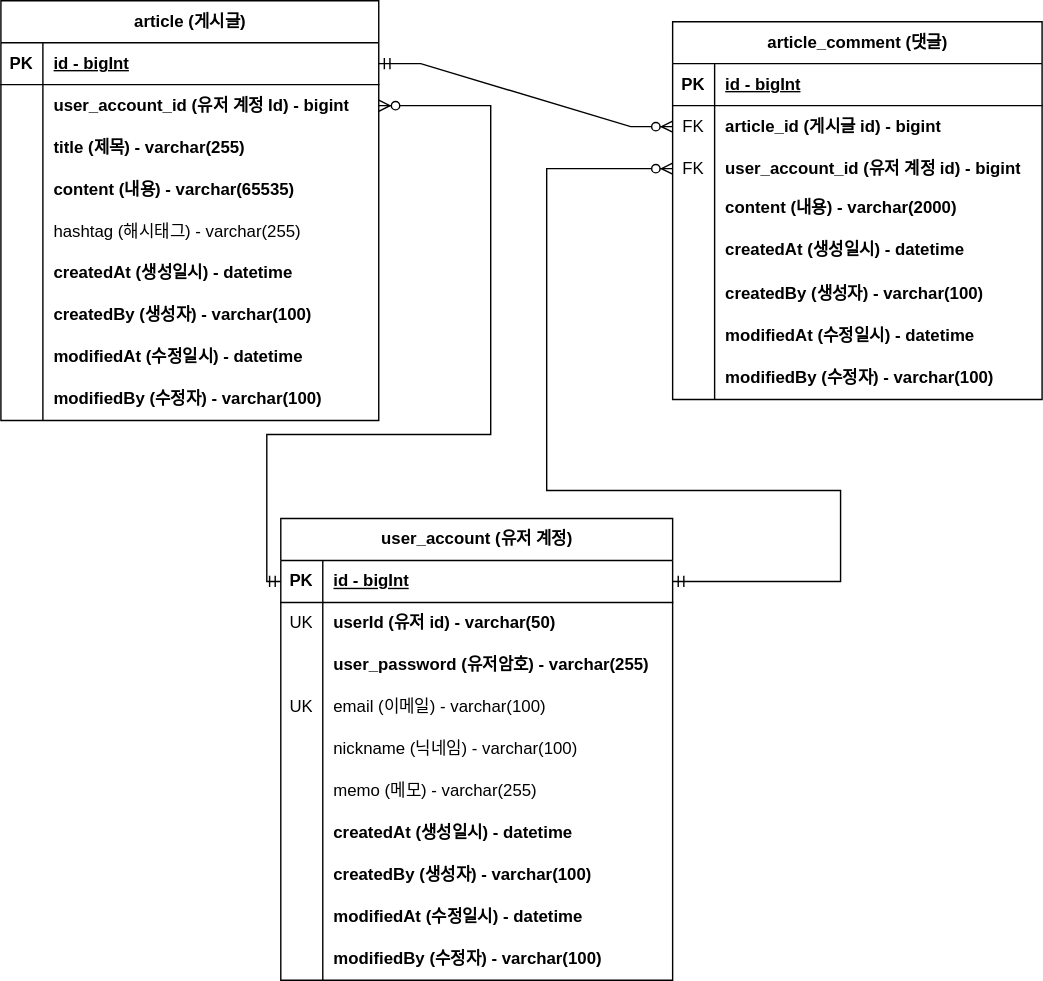
The draw.io diagram doucment/project-board-erd.svg in ldj4245/project-board, before a commit. Source tidied: cells renumbered, new cells last; positions are measured from the earlier drawing's top-left corner, leaving out a move shared by most shapes.
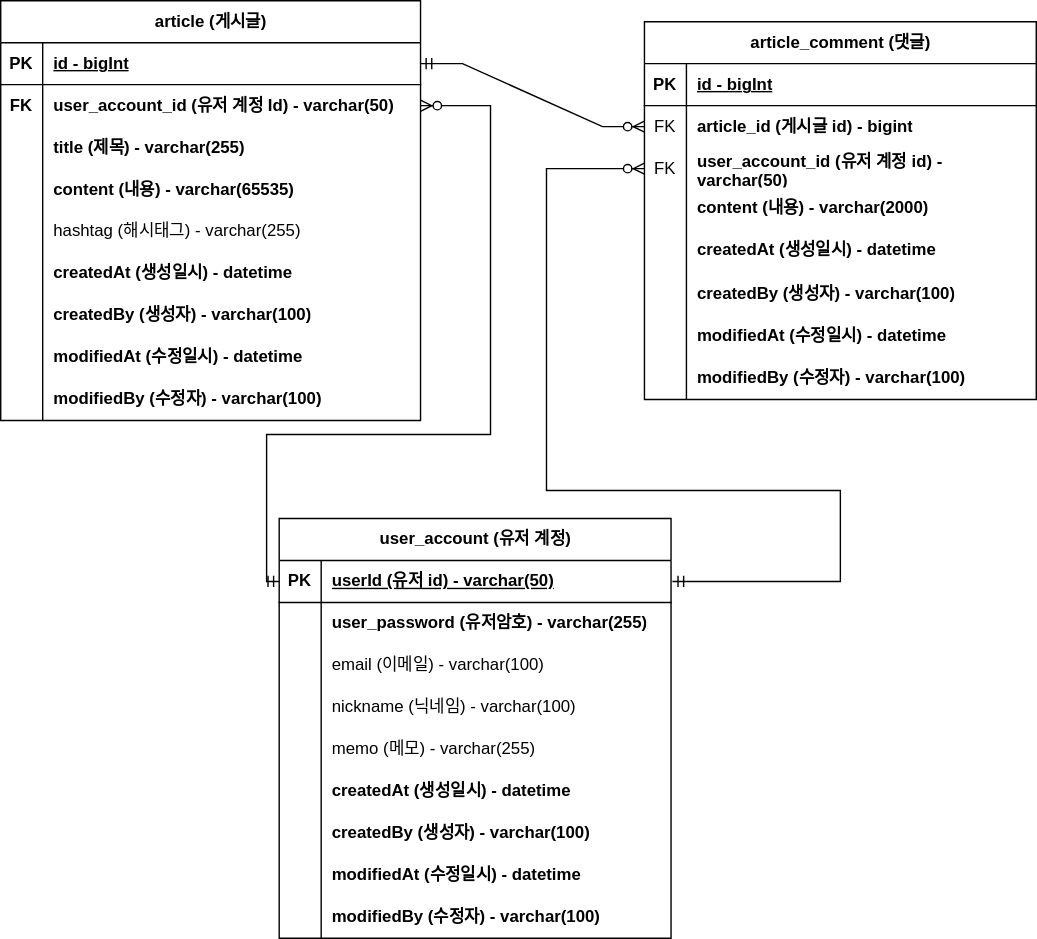
Later version of the same file.

Commit message:
#35 - ERD 문서 수정:회원 계정 user_id를 PK로 변경

회원 계정 기존 `id` 를 삭제하고 `user_id`를 pk로 변경하는
그림 적용

The edit, as a diff of the source:
```diff
@@ -5,6 +5,6 @@
     <mxCell id="2" value="article (게시글)" style="shape=table;startSize=30;rowLines=0;fontStyle=1;align=center;html=1;" parent="1" vertex="1">
-      <mxGeometry width="270" height="300" as="geometry" />
+      <mxGeometry width="300" height="300" as="geometry" />
     </mxCell>
     <mxCell id="3" style="shape=tableRow;horizontal=0;startSize=0;swimlaneHead=0;swimlaneBody=0;fillColor=none;points=[[0,0.5],[1,0.5]];portConstraint=eastwest;top=0;left=0;right=0;bottom=1;" parent="2" vertex="1">
-      <mxGeometry y="30" width="270" height="30" as="geometry" />
+      <mxGeometry y="30" width="300" height="30" as="geometry" />
     </mxCell>
@@ -14,15 +14,15 @@
     <mxCell id="5" value="id - bigInt" style="shape=partialRectangle;fillColor=none;top=0;left=0;bottom=0;right=0;align=left;spacingLeft=6;fontStyle=5;overflow=hidden;whiteSpace=wrap;html=1;" parent="3" vertex="1">
-      <mxGeometry x="30" width="240" height="30" as="geometry" />
+      <mxGeometry x="30" width="270" height="30" as="geometry" />
     </mxCell>
     <mxCell id="6" style="shape=tableRow;horizontal=0;startSize=0;swimlaneHead=0;swimlaneBody=0;fillColor=none;points=[[0,0.5],[1,0.5]];portConstraint=eastwest;top=0;left=0;right=0;bottom=0;" parent="2" vertex="1">
-      <mxGeometry y="60" width="270" height="30" as="geometry" />
+      <mxGeometry y="60" width="300" height="30" as="geometry" />
     </mxCell>
-    <mxCell id="7" style="shape=partialRectangle;fillColor=none;top=0;left=0;bottom=0;right=0;overflow=hidden;whiteSpace=wrap;html=1;" parent="6" vertex="1">
+    <mxCell id="7" value="FK" style="shape=partialRectangle;fillColor=none;top=0;left=0;bottom=0;right=0;overflow=hidden;whiteSpace=wrap;html=1;fontStyle=1;" parent="6" vertex="1">
       <mxGeometry width="30" height="30" as="geometry" />
     </mxCell>
-    <mxCell id="8" value="user_account_id (유저 계정 Id) - bigint" style="shape=partialRectangle;fillColor=none;top=0;left=0;bottom=0;right=0;align=left;spacingLeft=6;overflow=hidden;whiteSpace=wrap;html=1;fontStyle=1;" parent="6" vertex="1">
-      <mxGeometry x="30" width="240" height="30" as="geometry" />
+    <mxCell id="8" value="user_account_id (유저 계정 Id) - varchar(50)" style="shape=partialRectangle;fillColor=none;top=0;left=0;bottom=0;right=0;align=left;spacingLeft=6;overflow=hidden;whiteSpace=wrap;html=1;fontStyle=1;" parent="6" vertex="1">
+      <mxGeometry x="30" width="270" height="30" as="geometry" />
     </mxCell>
     <mxCell id="9" style="shape=tableRow;horizontal=0;startSize=0;swimlaneHead=0;swimlaneBody=0;fillColor=none;top=0;left=0;right=0;bottom=0;" parent="2" vertex="1">
-      <mxGeometry y="90" width="270" height="30" as="geometry" />
+      <mxGeometry y="90" width="300" height="30" as="geometry" />
     </mxCell>
@@ -32,6 +32,6 @@
     <mxCell id="11" value="title (제목) - varchar(255)" style="shape=partialRectangle;fillColor=none;top=0;left=0;bottom=0;right=0;align=left;spacingLeft=6;overflow=hidden;whiteSpace=wrap;html=1;fontStyle=1;" parent="9" vertex="1">
-      <mxGeometry x="30" width="240" height="30" as="geometry" />
+      <mxGeometry x="30" width="270" height="30" as="geometry" />
     </mxCell>
     <mxCell id="12" style="shape=tableRow;horizontal=0;startSize=0;swimlaneHead=0;swimlaneBody=0;fillColor=none;top=0;left=0;right=0;bottom=0;" parent="2" vertex="1">
-      <mxGeometry y="120" width="270" height="30" as="geometry" />
+      <mxGeometry y="120" width="300" height="30" as="geometry" />
     </mxCell>
@@ -41,6 +41,6 @@
     <mxCell id="14" value="content (내용) - varchar(65535)" style="shape=partialRectangle;fillColor=none;top=0;left=0;bottom=0;right=0;align=left;spacingLeft=6;overflow=hidden;whiteSpace=wrap;html=1;fontStyle=1;" parent="12" vertex="1">
-      <mxGeometry x="30" width="240" height="30" as="geometry" />
+      <mxGeometry x="30" width="270" height="30" as="geometry" />
     </mxCell>
     <mxCell id="15" style="shape=tableRow;horizontal=0;startSize=0;swimlaneHead=0;swimlaneBody=0;fillColor=none;top=0;left=0;right=0;bottom=0;" parent="2" vertex="1">
-      <mxGeometry y="150" width="270" height="30" as="geometry" />
+      <mxGeometry y="150" width="300" height="30" as="geometry" />
     </mxCell>
@@ -50,6 +50,6 @@
     <mxCell id="17" value="hashtag (해시태그) - varchar(255)" style="shape=partialRectangle;fillColor=none;top=0;left=0;bottom=0;right=0;align=left;spacingLeft=6;overflow=hidden;whiteSpace=wrap;html=1;" parent="15" vertex="1">
-      <mxGeometry x="30" width="240" height="30" as="geometry" />
+      <mxGeometry x="30" width="270" height="30" as="geometry" />
     </mxCell>
     <mxCell id="18" style="shape=tableRow;horizontal=0;startSize=0;swimlaneHead=0;swimlaneBody=0;fillColor=none;top=0;left=0;right=0;bottom=0;" parent="2" vertex="1">
-      <mxGeometry y="180" width="270" height="30" as="geometry" />
+      <mxGeometry y="180" width="300" height="30" as="geometry" />
     </mxCell>
@@ -59,6 +59,6 @@
     <mxCell id="20" value="createdAt (생성일시) - datetime" style="shape=partialRectangle;fillColor=none;top=0;left=0;bottom=0;right=0;align=left;spacingLeft=6;overflow=hidden;whiteSpace=wrap;html=1;fontStyle=1;" parent="18" vertex="1">
-      <mxGeometry x="30" width="240" height="30" as="geometry" />
+      <mxGeometry x="30" width="270" height="30" as="geometry" />
     </mxCell>
     <mxCell id="21" style="shape=tableRow;horizontal=0;startSize=0;swimlaneHead=0;swimlaneBody=0;fillColor=none;top=0;left=0;right=0;bottom=0;" parent="2" vertex="1">
-      <mxGeometry y="210" width="270" height="30" as="geometry" />
+      <mxGeometry y="210" width="300" height="30" as="geometry" />
     </mxCell>
@@ -68,6 +68,6 @@
     <mxCell id="23" value="createdBy (생성자) - varchar(100)" style="shape=partialRectangle;fillColor=none;top=0;left=0;bottom=0;right=0;align=left;spacingLeft=6;overflow=hidden;whiteSpace=wrap;html=1;fontStyle=1;" parent="21" vertex="1">
-      <mxGeometry x="30" width="240" height="30" as="geometry" />
+      <mxGeometry x="30" width="270" height="30" as="geometry" />
     </mxCell>
     <mxCell id="24" style="shape=tableRow;horizontal=0;startSize=0;swimlaneHead=0;swimlaneBody=0;fillColor=none;top=0;left=0;right=0;bottom=0;" parent="2" vertex="1">
-      <mxGeometry y="240" width="270" height="30" as="geometry" />
+      <mxGeometry y="240" width="300" height="30" as="geometry" />
     </mxCell>
@@ -77,6 +77,6 @@
     <mxCell id="26" value="modifiedAt (수정일시) - datetime" style="shape=partialRectangle;fillColor=none;top=0;left=0;bottom=0;right=0;align=left;spacingLeft=6;overflow=hidden;whiteSpace=wrap;html=1;fontStyle=1;" parent="24" vertex="1">
-      <mxGeometry x="30" width="240" height="30" as="geometry" />
+      <mxGeometry x="30" width="270" height="30" as="geometry" />
     </mxCell>
     <mxCell id="27" style="shape=tableRow;horizontal=0;startSize=0;swimlaneHead=0;swimlaneBody=0;fillColor=none;top=0;left=0;right=0;bottom=0;" parent="2" vertex="1">
-      <mxGeometry y="270" width="270" height="30" as="geometry" />
+      <mxGeometry y="270" width="300" height="30" as="geometry" />
     </mxCell>
@@ -86,9 +86,9 @@
     <mxCell id="29" value="modifiedBy (수정자) - varchar(100)" style="shape=partialRectangle;fillColor=none;top=0;left=0;bottom=0;right=0;align=left;spacingLeft=6;overflow=hidden;whiteSpace=wrap;html=1;fontStyle=1;" parent="27" vertex="1">
-      <mxGeometry x="30" width="240" height="30" as="geometry" />
+      <mxGeometry x="30" width="270" height="30" as="geometry" />
     </mxCell>
     <mxCell id="30" value="article_comment (댓글)" style="shape=table;startSize=30;rowLines=0;fontStyle=1;align=center;html=1;" parent="1" vertex="1">
-      <mxGeometry x="480" y="15" width="264" height="270" as="geometry" />
+      <mxGeometry x="460" y="15" width="280" height="270" as="geometry" />
     </mxCell>
     <mxCell id="31" style="shape=tableRow;horizontal=0;startSize=0;swimlaneHead=0;swimlaneBody=0;fillColor=none;top=0;left=0;right=0;bottom=1;" parent="30" vertex="1">
-      <mxGeometry y="30" width="264" height="30" as="geometry" />
+      <mxGeometry y="30" width="280" height="30" as="geometry" />
     </mxCell>
@@ -98,6 +98,6 @@
     <mxCell id="33" value="id - bigInt" style="shape=partialRectangle;fillColor=none;top=0;left=0;bottom=0;right=0;align=left;spacingLeft=6;fontStyle=5;overflow=hidden;whiteSpace=wrap;html=1;" parent="31" vertex="1">
-      <mxGeometry x="30" width="234" height="30" as="geometry" />
+      <mxGeometry x="30" width="250" height="30" as="geometry" />
     </mxCell>
     <mxCell id="34" style="shape=tableRow;horizontal=0;startSize=0;swimlaneHead=0;swimlaneBody=0;fillColor=none;points=[[0,0.5],[1,0.5]];portConstraint=eastwest;top=0;left=0;right=0;bottom=0;" parent="30" vertex="1">
-      <mxGeometry y="60" width="264" height="30" as="geometry" />
+      <mxGeometry y="60" width="280" height="30" as="geometry" />
     </mxCell>
@@ -107,6 +107,6 @@
     <mxCell id="36" value="article_id (게시글 id) - bigint" style="shape=partialRectangle;fillColor=none;top=0;left=0;bottom=0;right=0;align=left;spacingLeft=6;overflow=hidden;whiteSpace=wrap;html=1;fontStyle=1;" parent="34" vertex="1">
-      <mxGeometry x="30" width="234" height="30" as="geometry" />
+      <mxGeometry x="30" width="250" height="30" as="geometry" />
     </mxCell>
     <mxCell id="37" style="shape=tableRow;horizontal=0;startSize=0;swimlaneHead=0;swimlaneBody=0;fillColor=none;points=[[0,0.5],[1,0.5]];portConstraint=eastwest;top=0;left=0;right=0;bottom=0;" parent="30" vertex="1">
-      <mxGeometry y="90" width="264" height="30" as="geometry" />
+      <mxGeometry y="90" width="280" height="30" as="geometry" />
     </mxCell>
@@ -115,7 +115,7 @@
     </mxCell>
-    <mxCell id="39" value="user_account_id (유저 계정 id) - bigint" style="shape=partialRectangle;fillColor=none;top=0;left=0;bottom=0;right=0;align=left;spacingLeft=6;overflow=hidden;whiteSpace=wrap;html=1;fontStyle=1;" parent="37" vertex="1">
-      <mxGeometry x="30" width="234" height="30" as="geometry" />
+    <mxCell id="39" value="user_account_id (유저 계정 id) - varchar(50)" style="shape=partialRectangle;fillColor=none;top=0;left=0;bottom=0;right=0;align=left;spacingLeft=6;overflow=hidden;whiteSpace=wrap;html=1;fontStyle=1;" parent="37" vertex="1">
+      <mxGeometry x="30" width="250" height="30" as="geometry" />
     </mxCell>
     <mxCell id="40" style="shape=tableRow;horizontal=0;startSize=0;swimlaneHead=0;swimlaneBody=0;fillColor=none;top=0;left=0;right=0;bottom=0;" parent="30" vertex="1">
-      <mxGeometry y="120" width="264" height="25" as="geometry" />
+      <mxGeometry y="120" width="280" height="25" as="geometry" />
     </mxCell>
@@ -125,6 +125,6 @@
     <mxCell id="42" value="content (내용) - varchar(2000)" style="shape=partialRectangle;fillColor=none;top=0;left=0;bottom=0;right=0;align=left;spacingLeft=6;overflow=hidden;whiteSpace=wrap;html=1;fontStyle=1;" parent="40" vertex="1">
-      <mxGeometry x="30" width="234" height="25" as="geometry" />
+      <mxGeometry x="30" width="250" height="25" as="geometry" />
     </mxCell>
     <mxCell id="43" style="shape=tableRow;horizontal=0;startSize=0;swimlaneHead=0;swimlaneBody=0;fillColor=none;top=0;left=0;right=0;bottom=0;" parent="30" vertex="1">
-      <mxGeometry y="145" width="264" height="35" as="geometry" />
+      <mxGeometry y="145" width="280" height="35" as="geometry" />
     </mxCell>
@@ -134,6 +134,6 @@
     <mxCell id="45" value="createdAt (생성일시) - datetime" style="shape=partialRectangle;fillColor=none;top=0;left=0;bottom=0;right=0;align=left;spacingLeft=6;overflow=hidden;whiteSpace=wrap;html=1;fontStyle=1;" parent="43" vertex="1">
-      <mxGeometry x="30" width="234" height="35" as="geometry" />
+      <mxGeometry x="30" width="250" height="35" as="geometry" />
     </mxCell>
     <mxCell id="46" style="shape=tableRow;horizontal=0;startSize=0;swimlaneHead=0;swimlaneBody=0;fillColor=none;top=0;left=0;right=0;bottom=0;" parent="30" vertex="1">
-      <mxGeometry y="180" width="264" height="30" as="geometry" />
+      <mxGeometry y="180" width="280" height="30" as="geometry" />
     </mxCell>
@@ -143,6 +143,6 @@
     <mxCell id="48" value="createdBy (생성자) - varchar(100)" style="shape=partialRectangle;fillColor=none;top=0;left=0;bottom=0;right=0;align=left;spacingLeft=6;overflow=hidden;whiteSpace=wrap;html=1;fontStyle=1;" parent="46" vertex="1">
-      <mxGeometry x="30" width="234" height="30" as="geometry" />
+      <mxGeometry x="30" width="250" height="30" as="geometry" />
     </mxCell>
     <mxCell id="49" style="shape=tableRow;horizontal=0;startSize=0;swimlaneHead=0;swimlaneBody=0;fillColor=none;top=0;left=0;right=0;bottom=0;" parent="30" vertex="1">
-      <mxGeometry y="210" width="264" height="30" as="geometry" />
+      <mxGeometry y="210" width="280" height="30" as="geometry" />
     </mxCell>
@@ -152,6 +152,6 @@
     <mxCell id="51" value="modifiedAt (수정일시) - datetime" style="shape=partialRectangle;fillColor=none;top=0;left=0;bottom=0;right=0;align=left;spacingLeft=6;overflow=hidden;whiteSpace=wrap;html=1;fontStyle=1;" parent="49" vertex="1">
-      <mxGeometry x="30" width="234" height="30" as="geometry" />
+      <mxGeometry x="30" width="250" height="30" as="geometry" />
     </mxCell>
     <mxCell id="52" style="shape=tableRow;horizontal=0;startSize=0;swimlaneHead=0;swimlaneBody=0;fillColor=none;top=0;left=0;right=0;bottom=0;" parent="30" vertex="1">
-      <mxGeometry y="240" width="264" height="30" as="geometry" />
+      <mxGeometry y="240" width="280" height="30" as="geometry" />
     </mxCell>
@@ -161,3 +161,3 @@
     <mxCell id="54" value="modifiedBy (수정자) - varchar(100)" style="shape=partialRectangle;fillColor=none;top=0;left=0;bottom=0;right=0;align=left;spacingLeft=6;overflow=hidden;whiteSpace=wrap;html=1;fontStyle=1;" parent="52" vertex="1">
-      <mxGeometry x="30" width="234" height="30" as="geometry" />
+      <mxGeometry x="30" width="250" height="30" as="geometry" />
     </mxCell>
@@ -171,3 +171,3 @@
     <mxCell id="56" value="user_account (유저 계정)" style="shape=table;startSize=30;rowLines=0;fontStyle=1;align=center;html=1;" parent="1" vertex="1">
-      <mxGeometry x="200" y="370" width="280" height="330" as="geometry" />
+      <mxGeometry x="199" y="370" width="280" height="300" as="geometry" />
     </mxCell>
@@ -179,16 +179,7 @@
     </mxCell>
-    <mxCell id="59" value="id - bigInt" style="shape=partialRectangle;fillColor=none;top=0;left=0;bottom=0;right=0;align=left;spacingLeft=6;fontStyle=5;overflow=hidden;whiteSpace=wrap;html=1;" parent="57" vertex="1">
+    <mxCell id="59" value="userId (유저 id) - varchar(50)" style="shape=partialRectangle;fillColor=none;top=0;left=0;bottom=0;right=0;align=left;spacingLeft=6;fontStyle=5;overflow=hidden;whiteSpace=wrap;html=1;" parent="57" vertex="1">
       <mxGeometry x="30" width="250" height="30" as="geometry" />
     </mxCell>
-    <mxCell id="60" style="shape=tableRow;horizontal=0;startSize=0;swimlaneHead=0;swimlaneBody=0;fillColor=none;top=0;left=0;right=0;bottom=0;" parent="56" vertex="1">
-      <mxGeometry y="60" width="280" height="30" as="geometry" />
-    </mxCell>
-    <mxCell id="61" value="UK" style="shape=partialRectangle;fillColor=none;top=0;left=0;bottom=0;right=0;overflow=hidden;whiteSpace=wrap;html=1;" parent="60" vertex="1">
-      <mxGeometry width="30" height="30" as="geometry" />
-    </mxCell>
-    <mxCell id="62" value="userId (유저 id) - varchar(50)" style="shape=partialRectangle;fillColor=none;top=0;left=0;bottom=0;right=0;align=left;spacingLeft=6;overflow=hidden;whiteSpace=wrap;html=1;fontStyle=1;" parent="60" vertex="1">
-      <mxGeometry x="30" width="250" height="30" as="geometry" />
-    </mxCell>
     <mxCell id="63" style="shape=tableRow;horizontal=0;startSize=0;swimlaneHead=0;swimlaneBody=0;fillColor=none;top=0;left=0;right=0;bottom=0;" parent="56" vertex="1">
-      <mxGeometry y="90" width="280" height="30" as="geometry" />
+      <mxGeometry y="60" width="280" height="30" as="geometry" />
     </mxCell>
@@ -201,5 +192,5 @@
     <mxCell id="66" style="shape=tableRow;horizontal=0;startSize=0;swimlaneHead=0;swimlaneBody=0;fillColor=none;top=0;left=0;right=0;bottom=0;" parent="56" vertex="1">
-      <mxGeometry y="120" width="280" height="30" as="geometry" />
+      <mxGeometry y="90" width="280" height="30" as="geometry" />
     </mxCell>
-    <mxCell id="67" value="UK" style="shape=partialRectangle;fillColor=none;top=0;left=0;bottom=0;right=0;overflow=hidden;whiteSpace=wrap;html=1;" parent="66" vertex="1">
+    <mxCell id="67" style="shape=partialRectangle;fillColor=none;top=0;left=0;bottom=0;right=0;overflow=hidden;whiteSpace=wrap;html=1;" parent="66" vertex="1">
       <mxGeometry width="30" height="30" as="geometry" />
@@ -210,3 +201,3 @@
     <mxCell id="69" style="shape=tableRow;horizontal=0;startSize=0;swimlaneHead=0;swimlaneBody=0;fillColor=none;top=0;left=0;right=0;bottom=0;" parent="56" vertex="1">
-      <mxGeometry y="150" width="280" height="30" as="geometry" />
+      <mxGeometry y="120" width="280" height="30" as="geometry" />
     </mxCell>
@@ -219,3 +210,3 @@
     <mxCell id="72" style="shape=tableRow;horizontal=0;startSize=0;swimlaneHead=0;swimlaneBody=0;fillColor=none;top=0;left=0;right=0;bottom=0;" parent="56" vertex="1">
-      <mxGeometry y="180" width="280" height="30" as="geometry" />
+      <mxGeometry y="150" width="280" height="30" as="geometry" />
     </mxCell>
@@ -228,3 +219,3 @@
     <mxCell id="75" style="shape=tableRow;horizontal=0;startSize=0;swimlaneHead=0;swimlaneBody=0;fillColor=none;top=0;left=0;right=0;bottom=0;" parent="56" vertex="1">
-      <mxGeometry y="210" width="280" height="30" as="geometry" />
+      <mxGeometry y="180" width="280" height="30" as="geometry" />
     </mxCell>
@@ -237,3 +228,3 @@
     <mxCell id="78" style="shape=tableRow;horizontal=0;startSize=0;swimlaneHead=0;swimlaneBody=0;fillColor=none;top=0;left=0;right=0;bottom=0;" parent="56" vertex="1">
-      <mxGeometry y="240" width="280" height="30" as="geometry" />
+      <mxGeometry y="210" width="280" height="30" as="geometry" />
     </mxCell>
@@ -246,3 +237,3 @@
     <mxCell id="81" style="shape=tableRow;horizontal=0;startSize=0;swimlaneHead=0;swimlaneBody=0;fillColor=none;top=0;left=0;right=0;bottom=0;" parent="56" vertex="1">
-      <mxGeometry y="270" width="280" height="30" as="geometry" />
+      <mxGeometry y="240" width="280" height="30" as="geometry" />
     </mxCell>
@@ -255,3 +246,3 @@
     <mxCell id="84" style="shape=tableRow;horizontal=0;startSize=0;swimlaneHead=0;swimlaneBody=0;fillColor=none;top=0;left=0;right=0;bottom=0;" parent="56" vertex="1">
-      <mxGeometry y="300" width="280" height="30" as="geometry" />
+      <mxGeometry y="270" width="280" height="30" as="geometry" />
     </mxCell>
```
